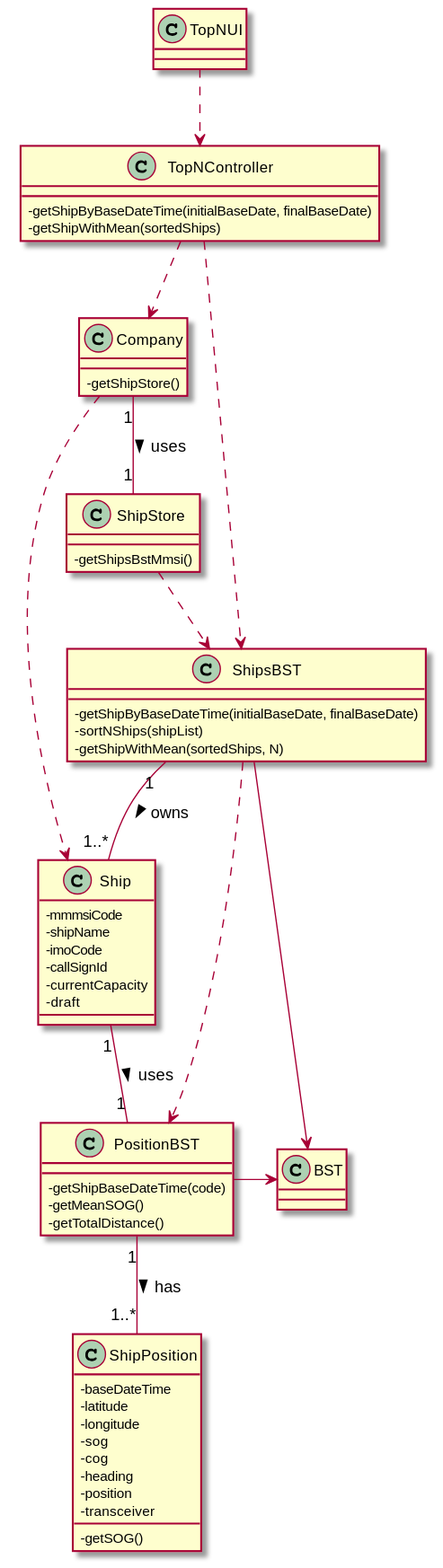
ana-albergaria/LAPR3-ISEP keeps this PlantUML diagram as docs/US106/US106_CD.svg. Above is the earlier version. Its diagram source:
```plantuml
@startuml

skinparam classAttributeIconSize 0


class Ship {
    -mmmsiCode
    -shipName
    -imoCode
    -callSignId
    -currentCapacity /'added by us'/
    -draft
}

class ShipPosition {
    -baseDateTime
    -latitude
    -longitude
    -sog
    -cog
    -heading
    -position
    -transceiver
    -getSOG()
}

class ShipStore {
    -getShipsBstMmsi()
}


class TopNUI {}

class TopNController {
    -getShipByBaseDateTime(initialBaseDate, finalBaseDate)
    -getShipWithMean(sortedShips)
}

class ShipsBST{
    -getShipByBaseDateTime(initialBaseDate, finalBaseDate)
    -sortNShips(shipList)
    -getShipWithMean(sortedShips, N)
}

class PositionBST{
    -getShipBaseDateTime(code)
    -getMeanSOG()
    -getTotalDistance()
}
class Company {
    -getShipStore()
}

class BST{}

Company "1" -- "1" ShipStore : uses >
ShipStore ..> ShipsBST
ShipsBST ..> PositionBST
ShipsBST "1" -- "1..*" Ship : owns >
TopNUI ..> TopNController
TopNController ..> ShipsBST
TopNController ..> Company
ShipsBST -> BST
PositionBST -> BST
Company ..> Ship
Ship "1" -- "1" PositionBST : uses >
PositionBST "1" -- "1..*" ShipPosition : has >


@enduml
```
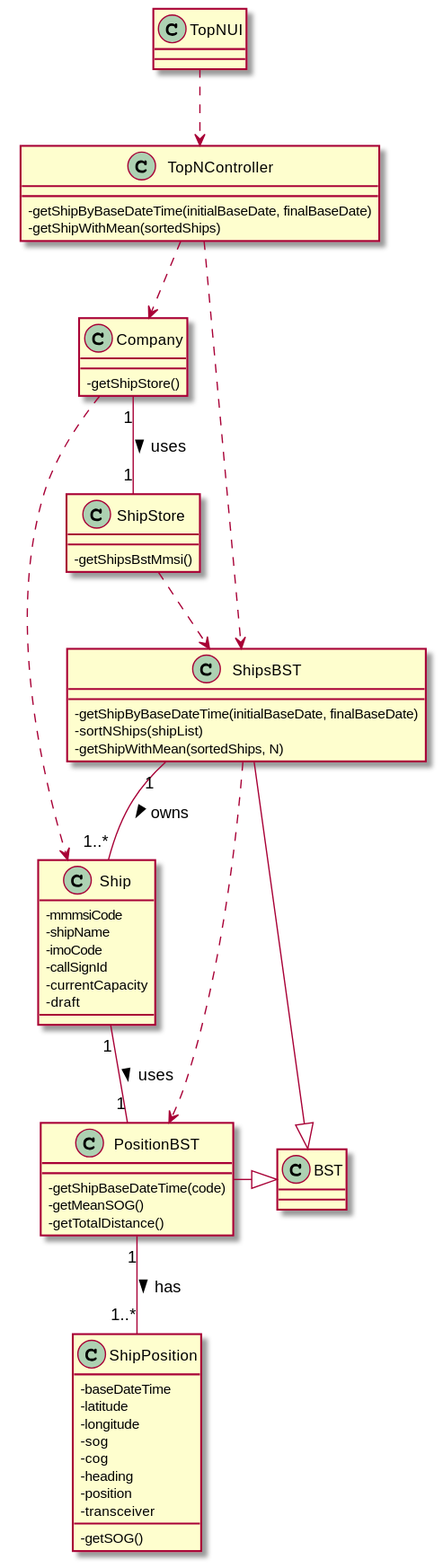
Above is the later version.

What changed in the source:
```diff
@@ -60,8 +60,8 @@
 TopNUI ..> TopNController
 TopNController ..> ShipsBST
 TopNController ..> Company
-ShipsBST -> BST
-PositionBST -> BST
+ShipsBST -|> BST
+PositionBST -|> BST
 Company ..> Ship
 Ship "1" -- "1" PositionBST : uses >
 PositionBST "1" -- "1..*" ShipPosition : has >
```
